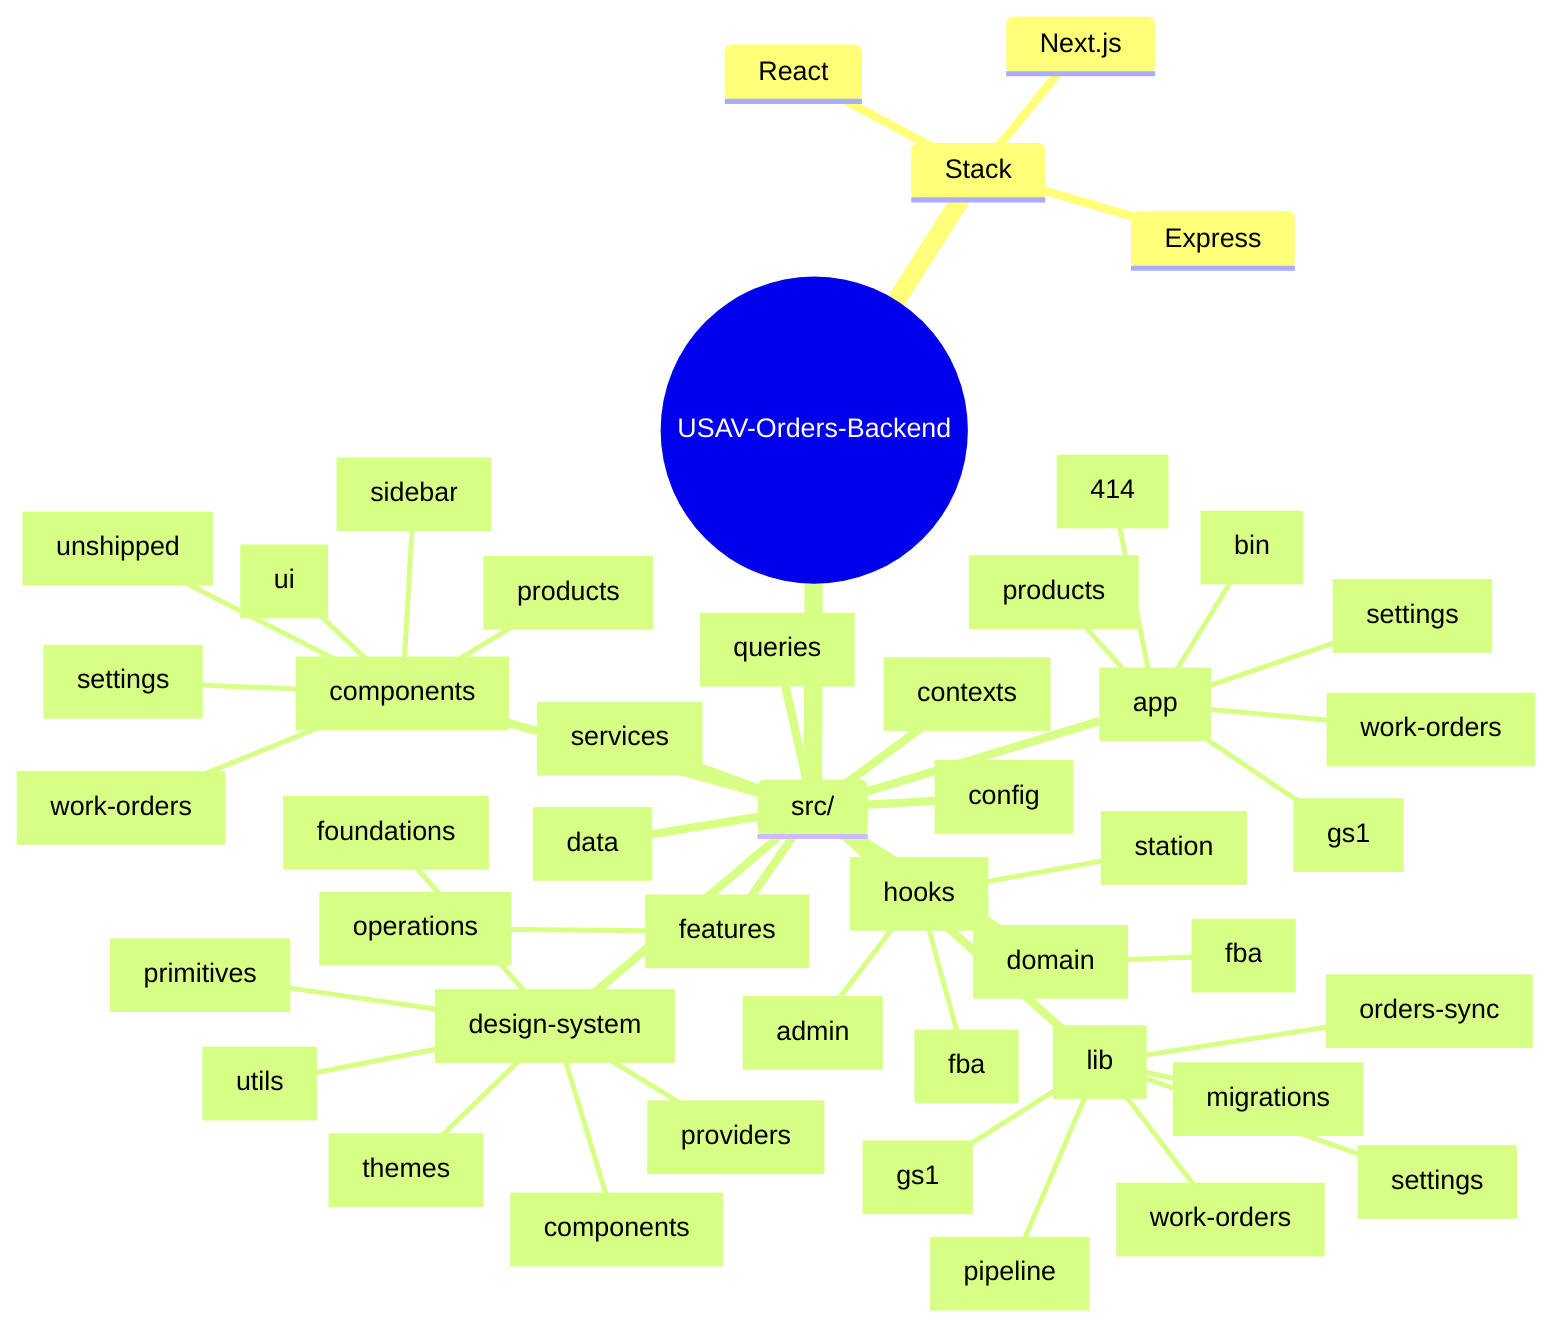
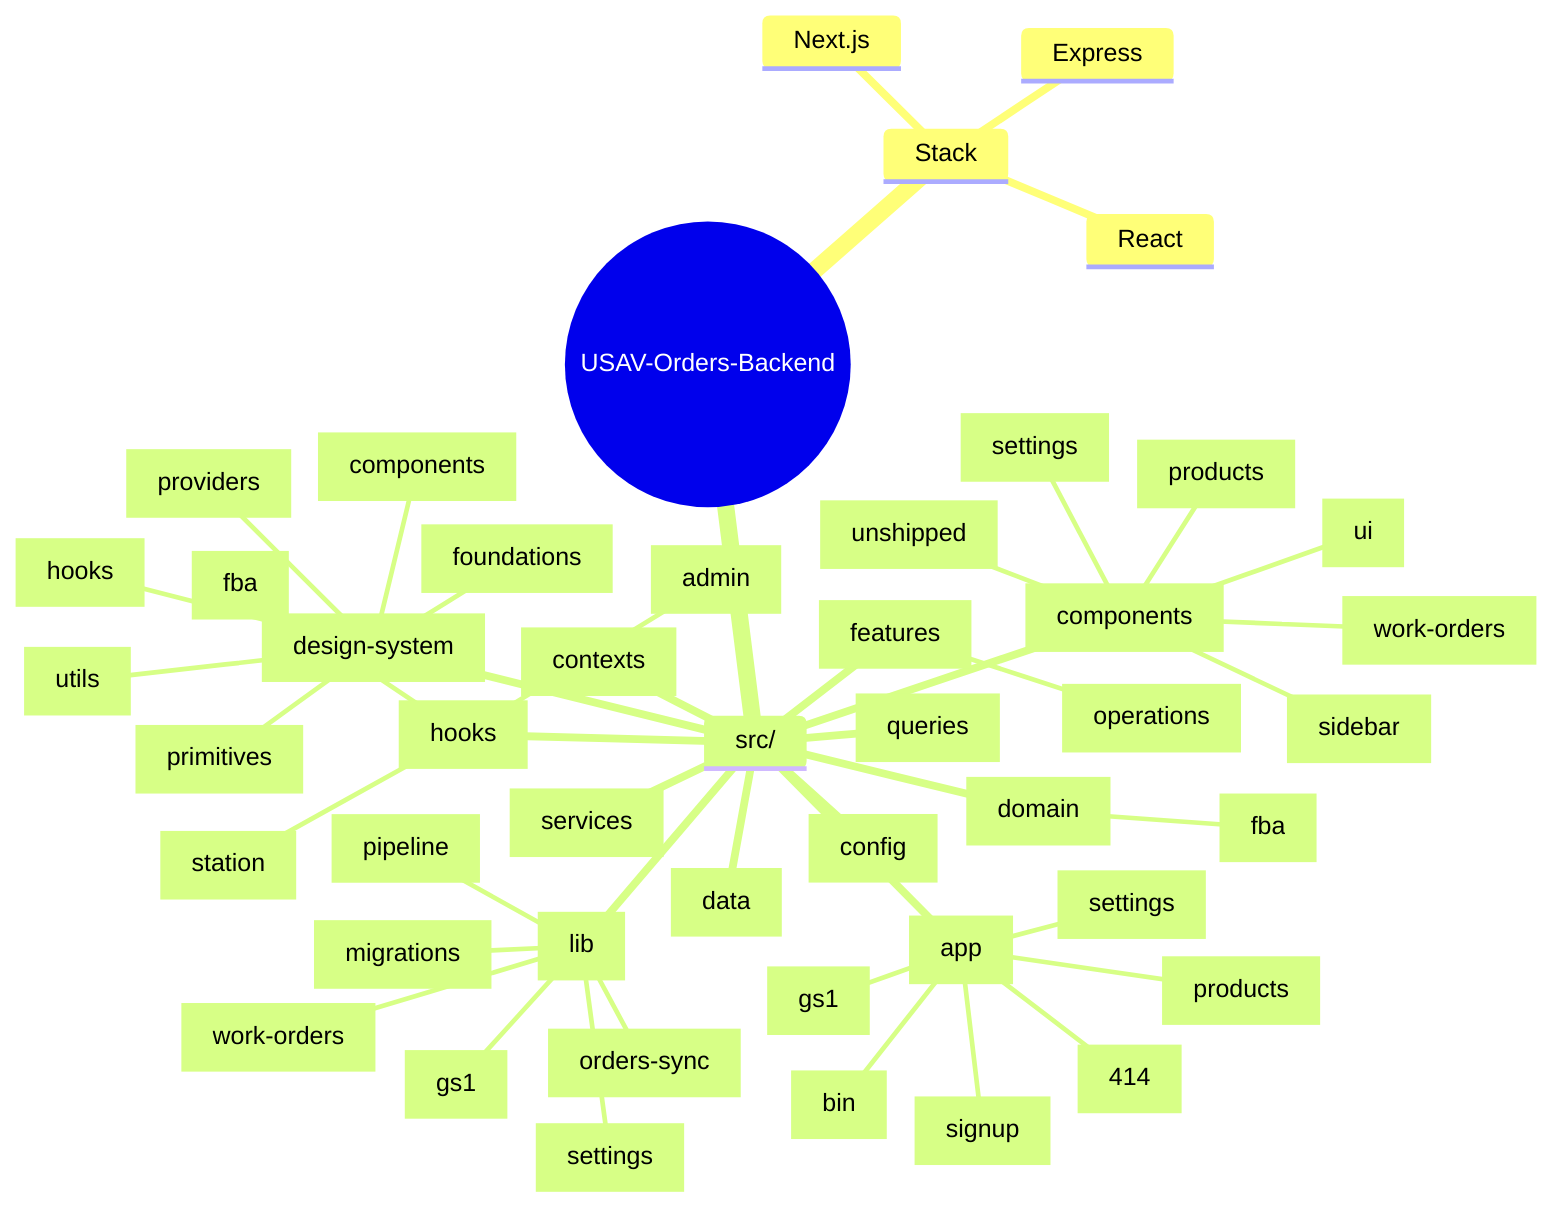
mindmap
  root((USAV-Orders-Backend))
    Stack
      Next.js
      Express
      React
    src/
      app[app]
        414_app[414]
        bin_app[bin]
        gs1_app[gs1]
        products_app[products]
        settings_app[settings]
-         work_orders_app[work-orders]
+         signup_app[signup]
      components[components]
        products_components[products]
        settings_components[settings]
        sidebar_components[sidebar]
        ui_components[ui]
        unshipped_components[unshipped]
        work_orders_components[work-orders]
      config[config]
      contexts[contexts]
      data[data]
      design_system[design-system]
        components_design_system[components]
        foundations_design_system[foundations]
+         hooks_design_system[hooks]
        primitives_design_system[primitives]
        providers_design_system[providers]
-         themes_design_system[themes]
        utils_design_system[utils]
      domain[domain]
        fba_domain[fba]
      features[features]
        operations_features[operations]
      hooks[hooks]
        admin_hooks[admin]
        fba_hooks[fba]
        station_hooks[station]
      lib[lib]
        gs1_lib[gs1]
        migrations_lib[migrations]
        orders_sync_lib[orders-sync]
        pipeline_lib[pipeline]
        settings_lib[settings]
        work_orders_lib[work-orders]
      queries[queries]
      services[services]